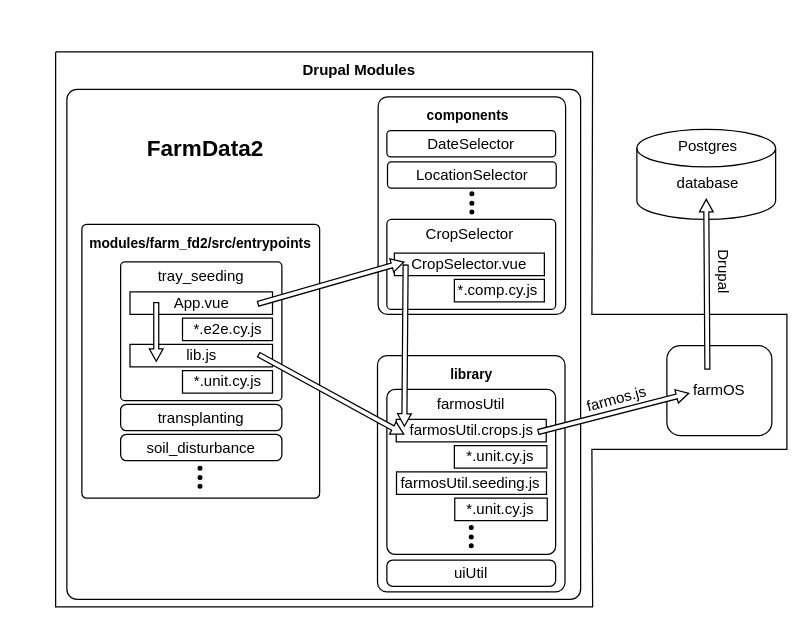
The draw.io diagram FD2-Architecture.drawio in FarmData2/FD2-Diagrams, before the edit. Source tidied: cells renumbered, new cells numbered last; positions are measured from the earlier drawing's top-left corner, leaving out a move shared by most shapes. Both pictures are drawn from the tidied source at 125%, with x=0, y=0 at pixel (55, 51).
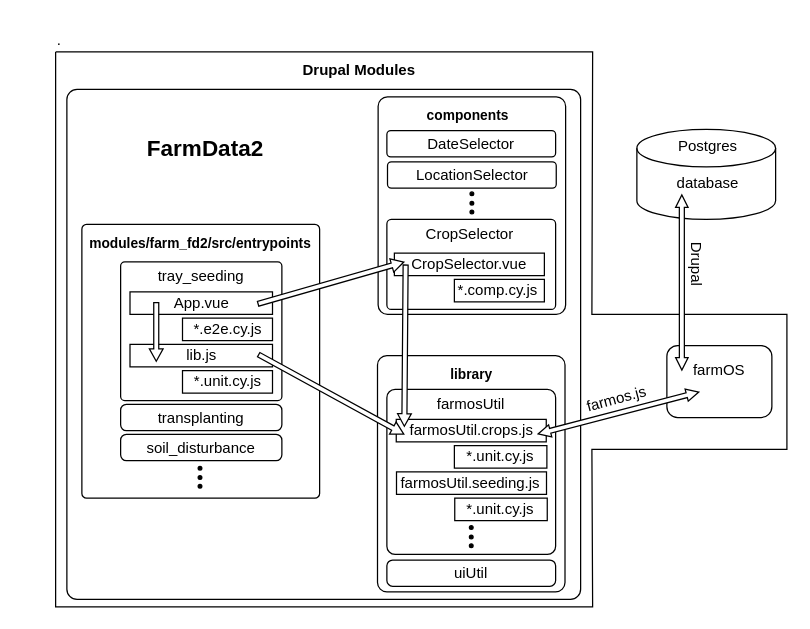
The same page after the edit.

Unchanged cells that the change refers to:
```xml
<mxCell id="71" style="shape=cylinder3;whiteSpace=wrap;html=1;boundedLbl=1;backgroundOutline=1;size=15;" parent="70" vertex="1">
  <mxGeometry width="111" height="72" as="geometry" />
</mxCell>
```

What changed in the source:
```diff
@@
     <mxCell id="6" style="rounded=1;whiteSpace=wrap;html=1;roundedPerimeter=1;" parent="1" vertex="1">
-      <mxGeometry x="489" y="235" width="84" height="72" as="geometry" />
+      <mxGeometry x="489" y="235" width="84" height="57.5" as="geometry" />
     </mxCell>
     <mxCell id="7" value="farmOS" style="text;html=1;whiteSpace=wrap;strokeColor=none;fillColor=none;align=center;verticalAlign=middle;rounded=0;" parent="1" vertex="1">
-      <mxGeometry x="501" y="256" width="60" height="30" as="geometry" />
+      <mxGeometry x="501" y="240" width="60" height="30" as="geometry" />
     </mxCell>
@@
-    <mxCell id="69" style="shape=flexArrow;endArrow=classic;html=1;rounded=0;defaultLabelBackgroundColor=page;width=4;endSize=3;endWidth=6;entryX=0.1;entryY=0.567;entryDx=0;entryDy=0;exitX=0.885;exitY=-0.094;exitDx=0;exitDy=0;fillColor=#FFFFFF;exitPerimeter=0;entryPerimeter=0;" parent="1" edge="1" target="7">
-      <mxGeometry relative="1" as="geometry">
-        <mxPoint x="385.7" y="304.2" as="sourcePoint" />
-      </mxGeometry>
-    </mxCell>
@@
-    <mxCell id="73" style="shape=flexArrow;endArrow=classic;html=1;rounded=0;defaultLabelBackgroundColor=page;width=4;endSize=3;endWidth=6;entryX=0.5;entryY=1;entryDx=0;entryDy=0;fillColor=#FFFFFF;entryPerimeter=0;exitX=0.34;exitY=-0.056;exitDx=0;exitDy=0;exitPerimeter=0;" parent="1" edge="1" source="7">
-      <mxGeometry relative="1" as="geometry">
-        <mxPoint x="520.5" y="117.5" as="targetPoint" />
-      </mxGeometry>
-    </mxCell>
@@
     <mxCell id="75" value="Drupal" style="text;html=1;whiteSpace=wrap;strokeColor=none;fillColor=none;align=center;verticalAlign=middle;rounded=0;rotation=90;" parent="1" vertex="1">
-      <mxGeometry x="504" y="161" width="60" height="30" as="geometry" />
+      <mxGeometry x="483" y="155" width="60" height="30" as="geometry" />
     </mxCell>
+    <mxCell id="76" style="shape=flexArrow;endArrow=classic;startArrow=classic;html=1;rounded=0;defaultLabelBackgroundColor=page;width=4;startSize=3;startWidth=5;endSize=3;endWidth=5;exitX=0.35;exitY=0.5;exitDx=0;exitDy=0;fillColor=#FFFFFF;exitPerimeter=0;" parent="1" edge="1">
+      <mxGeometry relative="1" as="geometry">
+        <mxPoint x="515" y="272" as="sourcePoint" />
+        <mxPoint x="385.5" y="305.8" as="targetPoint" />
+      </mxGeometry>
+    </mxCell>
+    <mxCell id="77" style="shape=flexArrow;endArrow=classic;startArrow=classic;html=1;rounded=0;defaultLabelBackgroundColor=page;width=4;startSize=3;startWidth=5;endSize=3;endWidth=5;fillColor=#FFFFFF;entryX=0;entryY=0.5;entryDx=0;entryDy=0;exitX=0.324;exitY=0.722;exitDx=0;exitDy=0;exitPerimeter=0;" parent="1" edge="1" source="71" target="7">
+      <mxGeometry relative="1" as="geometry" />
+    </mxCell>
+    <mxCell id="78" value="." style="text;html=1;whiteSpace=wrap;strokeColor=none;fillColor=none;align=center;verticalAlign=middle;rounded=0;" parent="1" vertex="1">
+      <mxGeometry x="-27" y="-24" width="60" height="30" as="geometry" />
+    </mxCell>
```
